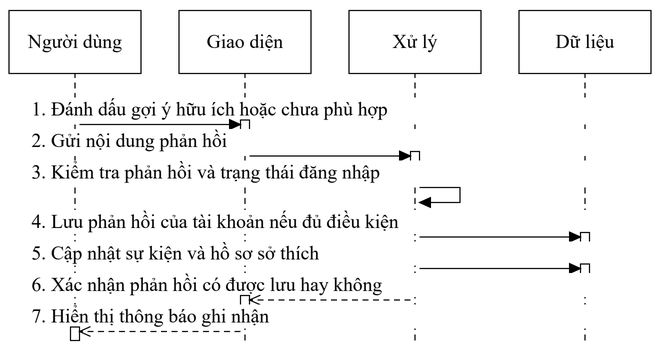
The draw.io diagram docs/do-an-LSOUL/So-do-LSOUL-rut-gon/anh-png/SEQ-24.png in Loccao102/BanHang, before a commit. Source tidied: cells renumbered, new cells last; positions are measured from the earlier drawing's top-left corner, leaving out a move shared by most shapes.
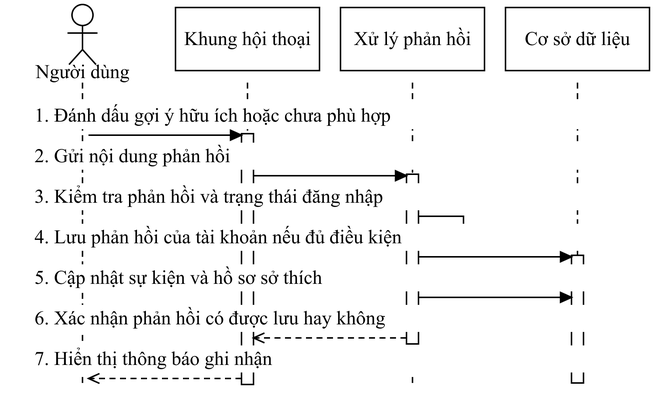
After the change.

Diff of the diagram source:
```diff
@@ -2,126 +2,144 @@
   <root>
     <mxCell id="0" />
     <mxCell id="1" parent="0" />
-    <mxCell id="2" style="fontFamily=Times New Roman;fontSize=13;fontColor=#000000;strokeColor=#000000;strokeWidth=0.75;fillColor=#FFFFFF;shadow=0;rounded=0;html=0;whiteSpace=wrap;spacing=5;endArrow=none;endFill=1;startArrow=none;dashed=1;dashPattern=4 3;" parent="1" edge="1">
+    <mxCell id="2" style="fontFamily=Times New Roman;fontSize=13;fontColor=#000000;strokeColor=#000000;strokeWidth=1;fillColor=#FFFFFF;shadow=0;rounded=0;html=0;whiteSpace=wrap;spacing=5;endArrow=none;endFill=1;startArrow=none;dashed=1;dashPattern=4 3;" parent="1" edge="1">
       <mxGeometry relative="1" as="geometry">
-        <mxPoint x="44" y="41" as="sourcePoint" />
-        <mxPoint x="44" y="223" as="targetPoint" />
+        <mxPoint x="49" y="48" as="sourcePoint" />
+        <mxPoint x="49" y="250" as="targetPoint" />
       </mxGeometry>
     </mxCell>
-    <mxCell id="3" style="fontFamily=Times New Roman;fontSize=13;fontColor=#000000;strokeColor=#000000;strokeWidth=0.75;fillColor=#FFFFFF;shadow=0;rounded=0;html=0;whiteSpace=wrap;spacing=5;endArrow=none;endFill=1;startArrow=none;dashed=1;dashPattern=4 3;" parent="1" edge="1">
+    <mxCell id="3" style="fontFamily=Times New Roman;fontSize=13;fontColor=#000000;strokeColor=#000000;strokeWidth=1;fillColor=#FFFFFF;shadow=0;rounded=0;html=0;whiteSpace=wrap;spacing=5;endArrow=none;endFill=1;startArrow=none;dashed=1;dashPattern=4 3;" parent="1" edge="1">
       <mxGeometry relative="1" as="geometry">
-        <mxPoint x="157.3" y="41" as="sourcePoint" />
-        <mxPoint x="157.3" y="223" as="targetPoint" />
+        <mxPoint x="159" y="48" as="sourcePoint" />
+        <mxPoint x="159" y="250" as="targetPoint" />
       </mxGeometry>
     </mxCell>
-    <mxCell id="4" style="fontFamily=Times New Roman;fontSize=13;fontColor=#000000;strokeColor=#000000;strokeWidth=0.75;fillColor=#FFFFFF;shadow=0;rounded=0;html=0;whiteSpace=wrap;spacing=5;endArrow=none;endFill=1;startArrow=none;dashed=1;dashPattern=4 3;" parent="1" edge="1">
+    <mxCell id="4" style="fontFamily=Times New Roman;fontSize=13;fontColor=#000000;strokeColor=#000000;strokeWidth=1;fillColor=#FFFFFF;shadow=0;rounded=0;html=0;whiteSpace=wrap;spacing=5;endArrow=none;endFill=1;startArrow=none;dashed=1;dashPattern=4 3;" parent="1" edge="1">
       <mxGeometry relative="1" as="geometry">
-        <mxPoint x="270.7" y="41" as="sourcePoint" />
-        <mxPoint x="270.7" y="223" as="targetPoint" />
+        <mxPoint x="269" y="48" as="sourcePoint" />
+        <mxPoint x="269" y="250" as="targetPoint" />
       </mxGeometry>
     </mxCell>
-    <mxCell id="5" style="fontFamily=Times New Roman;fontSize=13;fontColor=#000000;strokeColor=#000000;strokeWidth=0.75;fillColor=#FFFFFF;shadow=0;rounded=0;html=0;whiteSpace=wrap;spacing=5;endArrow=none;endFill=1;startArrow=none;dashed=1;dashPattern=4 3;" parent="1" edge="1">
+    <mxCell id="5" style="fontFamily=Times New Roman;fontSize=13;fontColor=#000000;strokeColor=#000000;strokeWidth=1;fillColor=#FFFFFF;shadow=0;rounded=0;html=0;whiteSpace=wrap;spacing=5;endArrow=none;endFill=1;startArrow=none;dashed=1;dashPattern=4 3;" parent="1" edge="1">
       <mxGeometry relative="1" as="geometry">
-        <mxPoint x="384" y="41" as="sourcePoint" />
-        <mxPoint x="384" y="223" as="targetPoint" />
+        <mxPoint x="379" y="48" as="sourcePoint" />
+        <mxPoint x="379" y="250" as="targetPoint" />
       </mxGeometry>
     </mxCell>
-    <mxCell id="6" value="1. Đánh dấu gợi ý hữu ích hoặc chưa phù hợp" style="fontFamily=Times New Roman;fontSize=13;fontColor=#000000;strokeColor=#000000;strokeWidth=0.75;fillColor=#FFFFFF;shadow=0;rounded=0;html=0;whiteSpace=wrap;spacing=5;text;strokeColor=none;fillColor=none;align=left;verticalAlign=middle;fillColor=#FFFFFF;" parent="1" vertex="1">
-      <mxGeometry x="10" y="58" width="408" height="16" as="geometry" />
+    <mxCell id="6" style="fontFamily=Times New Roman;fontSize=13;fontColor=#000000;strokeColor=#000000;strokeWidth=1;fillColor=#FFFFFF;shadow=0;rounded=0;html=0;whiteSpace=wrap;spacing=5;align=center;verticalAlign=middle;" parent="1" vertex="1">
+      <mxGeometry x="265" y="109" width="8" height="113" as="geometry" />
     </mxCell>
-    <mxCell id="7" style="fontFamily=Times New Roman;fontSize=13;fontColor=#000000;strokeColor=#000000;strokeWidth=0.75;fillColor=#FFFFFF;shadow=0;rounded=0;html=0;whiteSpace=wrap;spacing=5;align=center;verticalAlign=middle;" parent="1" vertex="1">
-      <mxGeometry x="154.3" y="73" width="6" height="9" as="geometry" />
+    <mxCell id="7" style="fontFamily=Times New Roman;fontSize=13;fontColor=#000000;strokeColor=#000000;strokeWidth=1;fillColor=#FFFFFF;shadow=0;rounded=0;html=0;whiteSpace=wrap;spacing=5;align=center;verticalAlign=middle;" parent="1" vertex="1">
+      <mxGeometry x="155" y="82" width="8" height="167" as="geometry" />
     </mxCell>
-    <mxCell id="8" style="fontFamily=Times New Roman;fontSize=13;fontColor=#000000;strokeColor=#000000;strokeWidth=0.75;fillColor=#FFFFFF;shadow=0;rounded=0;html=0;whiteSpace=wrap;spacing=5;endArrow=block;endFill=1;startArrow=none;" parent="1" edge="1">
-      <mxGeometry relative="1" as="geometry">
-        <mxPoint x="47" y="76" as="sourcePoint" />
-        <mxPoint x="154.3" y="76" as="targetPoint" />
-      </mxGeometry>
+    <mxCell id="8" style="fontFamily=Times New Roman;fontSize=13;fontColor=#000000;strokeColor=#000000;strokeWidth=1;fillColor=#FFFFFF;shadow=0;rounded=0;html=0;whiteSpace=wrap;spacing=5;align=center;verticalAlign=middle;" parent="1" vertex="1">
+      <mxGeometry x="375" y="163" width="8" height="85" as="geometry" />
     </mxCell>
-    <mxCell id="9" value="2. Gửi nội dung phản hồi" style="fontFamily=Times New Roman;fontSize=13;fontColor=#000000;strokeColor=#000000;strokeWidth=0.75;fillColor=#FFFFFF;shadow=0;rounded=0;html=0;whiteSpace=wrap;spacing=5;text;strokeColor=none;fillColor=none;align=left;verticalAlign=middle;fillColor=#FFFFFF;" parent="1" vertex="1">
-      <mxGeometry x="10" y="79" width="408" height="16" as="geometry" />
+    <mxCell id="9" value="1. Đánh dấu gợi ý hữu ích hoặc chưa phù hợp" style="fontFamily=Times New Roman;fontSize=13;fontColor=#000000;strokeColor=#000000;strokeWidth=1;fillColor=#FFFFFF;shadow=0;rounded=0;html=0;whiteSpace=wrap;spacing=5;text;strokeColor=none;fillColor=none;align=left;verticalAlign=middle;fillColor=#FFFFFF;" parent="1" vertex="1">
+      <mxGeometry x="12" y="61" width="404" height="18" as="geometry" />
     </mxCell>
-    <mxCell id="10" style="fontFamily=Times New Roman;fontSize=13;fontColor=#000000;strokeColor=#000000;strokeWidth=0.75;fillColor=#FFFFFF;shadow=0;rounded=0;html=0;whiteSpace=wrap;spacing=5;align=center;verticalAlign=middle;" parent="1" vertex="1">
-      <mxGeometry x="267.7" y="94" width="6" height="9" as="geometry" />
+    <mxCell id="10" style="fontFamily=Times New Roman;fontSize=13;fontColor=#000000;strokeColor=#000000;strokeWidth=1;fillColor=#FFFFFF;shadow=0;rounded=0;html=0;whiteSpace=wrap;spacing=5;endArrow=block;endFill=1;startArrow=none;" parent="1" edge="1">
+      <mxGeometry relative="1" as="geometry">
+        <mxPoint x="53" y="83" as="sourcePoint" />
+        <mxPoint x="155" y="83" as="targetPoint" />
+      </mxGeometry>
     </mxCell>
-    <mxCell id="11" style="fontFamily=Times New Roman;fontSize=13;fontColor=#000000;strokeColor=#000000;strokeWidth=0.75;fillColor=#FFFFFF;shadow=0;rounded=0;html=0;whiteSpace=wrap;spacing=5;endArrow=block;endFill=1;startArrow=none;" parent="1" edge="1">
-      <mxGeometry relative="1" as="geometry">
-        <mxPoint x="160.3" y="97" as="sourcePoint" />
-        <mxPoint x="267.7" y="97" as="targetPoint" />
-      </mxGeometry>
+    <mxCell id="11" value="2. Gửi nội dung phản hồi" style="fontFamily=Times New Roman;fontSize=13;fontColor=#000000;strokeColor=#000000;strokeWidth=1;fillColor=#FFFFFF;shadow=0;rounded=0;html=0;whiteSpace=wrap;spacing=5;text;strokeColor=none;fillColor=none;align=left;verticalAlign=middle;fillColor=#FFFFFF;" parent="1" vertex="1">
+      <mxGeometry x="12" y="88" width="404" height="18" as="geometry" />
     </mxCell>
-    <mxCell id="12" value="3. Kiểm tra phản hồi và trạng thái đăng nhập" style="fontFamily=Times New Roman;fontSize=13;fontColor=#000000;strokeColor=#000000;strokeWidth=0.75;fillColor=#FFFFFF;shadow=0;rounded=0;html=0;whiteSpace=wrap;spacing=5;text;strokeColor=none;fillColor=none;align=left;verticalAlign=middle;fillColor=#FFFFFF;" parent="1" vertex="1">
-      <mxGeometry x="10" y="100" width="408" height="16" as="geometry" />
+    <mxCell id="12" style="fontFamily=Times New Roman;fontSize=13;fontColor=#000000;strokeColor=#000000;strokeWidth=1;fillColor=#FFFFFF;shadow=0;rounded=0;html=0;whiteSpace=wrap;spacing=5;endArrow=block;endFill=1;startArrow=none;" parent="1" edge="1">
+      <mxGeometry relative="1" as="geometry">
+        <mxPoint x="163" y="110" as="sourcePoint" />
+        <mxPoint x="265" y="110" as="targetPoint" />
+      </mxGeometry>
     </mxCell>
-    <mxCell id="13" style="fontFamily=Times New Roman;fontSize=13;fontColor=#000000;strokeColor=#000000;strokeWidth=0.75;fillColor=#FFFFFF;shadow=0;rounded=0;html=0;whiteSpace=wrap;spacing=5;endArrow=block;endFill=1;startArrow=none;" parent="1" edge="1">
-      <mxGeometry relative="1" as="geometry">
-        <mxPoint x="273.7" y="118" as="sourcePoint" />
-        <mxPoint x="273.7" y="128" as="targetPoint" />
-        <Array as="points">
-          <mxPoint x="300.7" y="118" />
-          <mxPoint x="300.7" y="128" />
-        </Array>
-      </mxGeometry>
+    <mxCell id="13" value="3. Kiểm tra phản hồi và trạng thái đăng nhập" style="fontFamily=Times New Roman;fontSize=13;fontColor=#000000;strokeColor=#000000;strokeWidth=1;fillColor=#FFFFFF;shadow=0;rounded=0;html=0;whiteSpace=wrap;spacing=5;text;strokeColor=none;fillColor=none;align=left;verticalAlign=middle;fillColor=#FFFFFF;" parent="1" vertex="1">
+      <mxGeometry x="12" y="115" width="404" height="18" as="geometry" />
     </mxCell>
-    <mxCell id="14" value="4. Lưu phản hồi của tài khoản nếu đủ điều kiện" style="fontFamily=Times New Roman;fontSize=13;fontColor=#000000;strokeColor=#000000;strokeWidth=0.75;fillColor=#FFFFFF;shadow=0;rounded=0;html=0;whiteSpace=wrap;spacing=5;text;strokeColor=none;fillColor=none;align=left;verticalAlign=middle;fillColor=#FFFFFF;" parent="1" vertex="1">
-      <mxGeometry x="10" y="133" width="408" height="16" as="geometry" />
+    <mxCell id="14" style="fontFamily=Times New Roman;fontSize=13;fontColor=#000000;strokeColor=#000000;strokeWidth=1;fillColor=#FFFFFF;shadow=0;rounded=0;html=0;whiteSpace=wrap;spacing=5;endArrow=block;endFill=1;startArrow=none;" parent="1" edge="1">
+      <mxGeometry relative="1" as="geometry">
+        <mxPoint x="273" y="137" as="sourcePoint" />
+        <mxPoint x="274" y="149" as="targetPoint" />
+        <Array as="points">
+          <mxPoint x="303" y="137" />
+          <mxPoint x="303" y="149" />
+        </Array>
+      </mxGeometry>
     </mxCell>
-    <mxCell id="15" style="fontFamily=Times New Roman;fontSize=13;fontColor=#000000;strokeColor=#000000;strokeWidth=0.75;fillColor=#FFFFFF;shadow=0;rounded=0;html=0;whiteSpace=wrap;spacing=5;align=center;verticalAlign=middle;" parent="1" vertex="1">
-      <mxGeometry x="381" y="148" width="6" height="9" as="geometry" />
+    <mxCell id="15" value="4. Lưu phản hồi của tài khoản nếu đủ điều kiện" style="fontFamily=Times New Roman;fontSize=13;fontColor=#000000;strokeColor=#000000;strokeWidth=1;fillColor=#FFFFFF;shadow=0;rounded=0;html=0;whiteSpace=wrap;spacing=5;text;strokeColor=none;fillColor=none;align=left;verticalAlign=middle;fillColor=#FFFFFF;" parent="1" vertex="1">
+      <mxGeometry x="12" y="142" width="404" height="18" as="geometry" />
     </mxCell>
-    <mxCell id="16" style="fontFamily=Times New Roman;fontSize=13;fontColor=#000000;strokeColor=#000000;strokeWidth=0.75;fillColor=#FFFFFF;shadow=0;rounded=0;html=0;whiteSpace=wrap;spacing=5;endArrow=block;endFill=1;startArrow=none;" parent="1" edge="1">
+    <mxCell id="16" style="fontFamily=Times New Roman;fontSize=13;fontColor=#000000;strokeColor=#000000;strokeWidth=1;fillColor=#FFFFFF;shadow=0;rounded=0;html=0;whiteSpace=wrap;spacing=5;endArrow=block;endFill=1;startArrow=none;" parent="1" edge="1">
       <mxGeometry relative="1" as="geometry">
-        <mxPoint x="273.7" y="151" as="sourcePoint" />
-        <mxPoint x="381" y="151" as="targetPoint" />
+        <mxPoint x="273" y="164" as="sourcePoint" />
+        <mxPoint x="375" y="164" as="targetPoint" />
       </mxGeometry>
     </mxCell>
-    <mxCell id="17" value="5. Cập nhật sự kiện và hồ sơ sở thích" style="fontFamily=Times New Roman;fontSize=13;fontColor=#000000;strokeColor=#000000;strokeWidth=0.75;fillColor=#FFFFFF;shadow=0;rounded=0;html=0;whiteSpace=wrap;spacing=5;text;strokeColor=none;fillColor=none;align=left;verticalAlign=middle;fillColor=#FFFFFF;" parent="1" vertex="1">
-      <mxGeometry x="10" y="154" width="408" height="16" as="geometry" />
+    <mxCell id="17" value="5. Cập nhật sự kiện và hồ sơ sở thích" style="fontFamily=Times New Roman;fontSize=13;fontColor=#000000;strokeColor=#000000;strokeWidth=1;fillColor=#FFFFFF;shadow=0;rounded=0;html=0;whiteSpace=wrap;spacing=5;text;strokeColor=none;fillColor=none;align=left;verticalAlign=middle;fillColor=#FFFFFF;" parent="1" vertex="1">
+      <mxGeometry x="12" y="169" width="404" height="18" as="geometry" />
     </mxCell>
-    <mxCell id="18" style="fontFamily=Times New Roman;fontSize=13;fontColor=#000000;strokeColor=#000000;strokeWidth=0.75;fillColor=#FFFFFF;shadow=0;rounded=0;html=0;whiteSpace=wrap;spacing=5;align=center;verticalAlign=middle;" parent="1" vertex="1">
-      <mxGeometry x="381" y="169" width="6" height="9" as="geometry" />
+    <mxCell id="18" style="fontFamily=Times New Roman;fontSize=13;fontColor=#000000;strokeColor=#000000;strokeWidth=1;fillColor=#FFFFFF;shadow=0;rounded=0;html=0;whiteSpace=wrap;spacing=5;endArrow=block;endFill=1;startArrow=none;" parent="1" edge="1">
+      <mxGeometry relative="1" as="geometry">
+        <mxPoint x="273" y="191" as="sourcePoint" />
+        <mxPoint x="375" y="191" as="targetPoint" />
+      </mxGeometry>
     </mxCell>
-    <mxCell id="19" style="fontFamily=Times New Roman;fontSize=13;fontColor=#000000;strokeColor=#000000;strokeWidth=0.75;fillColor=#FFFFFF;shadow=0;rounded=0;html=0;whiteSpace=wrap;spacing=5;endArrow=block;endFill=1;startArrow=none;" parent="1" edge="1">
-      <mxGeometry relative="1" as="geometry">
-        <mxPoint x="273.7" y="172" as="sourcePoint" />
-        <mxPoint x="381" y="172" as="targetPoint" />
-      </mxGeometry>
+    <mxCell id="19" value="6. Xác nhận phản hồi có được lưu hay không" style="fontFamily=Times New Roman;fontSize=13;fontColor=#000000;strokeColor=#000000;strokeWidth=1;fillColor=#FFFFFF;shadow=0;rounded=0;html=0;whiteSpace=wrap;spacing=5;text;strokeColor=none;fillColor=none;align=left;verticalAlign=middle;fillColor=#FFFFFF;" parent="1" vertex="1">
+      <mxGeometry x="12" y="196" width="404" height="18" as="geometry" />
     </mxCell>
-    <mxCell id="20" value="6. Xác nhận phản hồi có được lưu hay không" style="fontFamily=Times New Roman;fontSize=13;fontColor=#000000;strokeColor=#000000;strokeWidth=0.75;fillColor=#FFFFFF;shadow=0;rounded=0;html=0;whiteSpace=wrap;spacing=5;text;strokeColor=none;fillColor=none;align=left;verticalAlign=middle;fillColor=#FFFFFF;" parent="1" vertex="1">
-      <mxGeometry x="10" y="175" width="408" height="16" as="geometry" />
+    <mxCell id="20" style="fontFamily=Times New Roman;fontSize=13;fontColor=#000000;strokeColor=#000000;strokeWidth=1;fillColor=#FFFFFF;shadow=0;rounded=0;html=0;whiteSpace=wrap;spacing=5;endArrow=open;endFill=1;startArrow=none;dashed=1;dashPattern=4 3;" parent="1" edge="1">
+      <mxGeometry relative="1" as="geometry">
+        <mxPoint x="265" y="218" as="sourcePoint" />
+        <mxPoint x="163" y="218" as="targetPoint" />
+      </mxGeometry>
     </mxCell>
-    <mxCell id="21" style="fontFamily=Times New Roman;fontSize=13;fontColor=#000000;strokeColor=#000000;strokeWidth=0.75;fillColor=#FFFFFF;shadow=0;rounded=0;html=0;whiteSpace=wrap;spacing=5;align=center;verticalAlign=middle;" parent="1" vertex="1">
-      <mxGeometry x="154.3" y="190" width="6" height="9" as="geometry" />
+    <mxCell id="21" value="7. Hiển thị thông báo ghi nhận" style="fontFamily=Times New Roman;fontSize=13;fontColor=#000000;strokeColor=#000000;strokeWidth=1;fillColor=#FFFFFF;shadow=0;rounded=0;html=0;whiteSpace=wrap;spacing=5;text;strokeColor=none;fillColor=none;align=left;verticalAlign=middle;fillColor=#FFFFFF;" parent="1" vertex="1">
+      <mxGeometry x="12" y="223" width="404" height="18" as="geometry" />
     </mxCell>
-    <mxCell id="22" style="fontFamily=Times New Roman;fontSize=13;fontColor=#000000;strokeColor=#000000;strokeWidth=0.75;fillColor=#FFFFFF;shadow=0;rounded=0;html=0;whiteSpace=wrap;spacing=5;endArrow=open;endFill=1;startArrow=none;dashed=1;dashPattern=4 3;" parent="1" edge="1">
+    <mxCell id="22" style="fontFamily=Times New Roman;fontSize=13;fontColor=#000000;strokeColor=#000000;strokeWidth=1;fillColor=#FFFFFF;shadow=0;rounded=0;html=0;whiteSpace=wrap;spacing=5;endArrow=open;endFill=1;startArrow=none;dashed=1;dashPattern=4 3;" parent="1" edge="1">
       <mxGeometry relative="1" as="geometry">
-        <mxPoint x="267.7" y="193" as="sourcePoint" />
-        <mxPoint x="160.3" y="193" as="targetPoint" />
+        <mxPoint x="155" y="245" as="sourcePoint" />
+        <mxPoint x="53" y="245" as="targetPoint" />
       </mxGeometry>
     </mxCell>
-    <mxCell id="23" value="7. Hiển thị thông báo ghi nhận" style="fontFamily=Times New Roman;fontSize=13;fontColor=#000000;strokeColor=#000000;strokeWidth=0.75;fillColor=#FFFFFF;shadow=0;rounded=0;html=0;whiteSpace=wrap;spacing=5;text;strokeColor=none;fillColor=none;align=left;verticalAlign=middle;fillColor=#FFFFFF;" parent="1" vertex="1">
-      <mxGeometry x="10" y="196" width="408" height="16" as="geometry" />
+    <mxCell id="23" style="fontFamily=Times New Roman;fontSize=13;fontColor=#000000;strokeColor=#000000;strokeWidth=1;fillColor=#FFFFFF;shadow=0;rounded=0;html=0;whiteSpace=wrap;spacing=5;ellipse;perimeter=ellipsePerimeter;align=center;verticalAlign=middle;" parent="1" vertex="1">
+      <mxGeometry x="42" y="-4" width="14" height="14" as="geometry" />
     </mxCell>
-    <mxCell id="24" style="fontFamily=Times New Roman;fontSize=13;fontColor=#000000;strokeColor=#000000;strokeWidth=0.75;fillColor=#FFFFFF;shadow=0;rounded=0;html=0;whiteSpace=wrap;spacing=5;align=center;verticalAlign=middle;" parent="1" vertex="1">
-      <mxGeometry x="41" y="211" width="6" height="9" as="geometry" />
+    <mxCell id="24" style="fontFamily=Times New Roman;fontSize=13;fontColor=#000000;strokeColor=#000000;strokeWidth=1;fillColor=#FFFFFF;shadow=0;rounded=0;html=0;whiteSpace=wrap;spacing=5;endArrow=none;endFill=1;startArrow=none;" parent="1" edge="1">
+      <mxGeometry relative="1" as="geometry">
+        <mxPoint x="49" y="10" as="sourcePoint" />
+        <mxPoint x="49" y="26" as="targetPoint" />
+      </mxGeometry>
     </mxCell>
-    <mxCell id="25" style="fontFamily=Times New Roman;fontSize=13;fontColor=#000000;strokeColor=#000000;strokeWidth=0.75;fillColor=#FFFFFF;shadow=0;rounded=0;html=0;whiteSpace=wrap;spacing=5;endArrow=open;endFill=1;startArrow=none;dashed=1;dashPattern=4 3;" parent="1" edge="1">
+    <mxCell id="25" style="fontFamily=Times New Roman;fontSize=13;fontColor=#000000;strokeColor=#000000;strokeWidth=1;fillColor=#FFFFFF;shadow=0;rounded=0;html=0;whiteSpace=wrap;spacing=5;endArrow=none;endFill=1;startArrow=none;" parent="1" edge="1">
       <mxGeometry relative="1" as="geometry">
-        <mxPoint x="154.3" y="214" as="sourcePoint" />
-        <mxPoint x="47" y="214" as="targetPoint" />
+        <mxPoint x="39" y="15" as="sourcePoint" />
+        <mxPoint x="59" y="15" as="targetPoint" />
       </mxGeometry>
     </mxCell>
+    <mxCell id="30" style="fontFamily=Times New Roman;fontSize=13;fontColor=#000000;strokeColor=#000000;strokeWidth=1;fillColor=#FFFFFF;shadow=0;rounded=0;html=0;whiteSpace=wrap;spacing=5;endArrow=none;endFill=1;startArrow=none;" parent="1" edge="1">
+      <mxGeometry relative="1" as="geometry">
+        <mxPoint x="49" y="26" as="sourcePoint" />
+        <mxPoint x="40" y="36" as="targetPoint" />
+      </mxGeometry>
+    </mxCell>
+    <mxCell id="31" style="fontFamily=Times New Roman;fontSize=13;fontColor=#000000;strokeColor=#000000;strokeWidth=1;fillColor=#FFFFFF;shadow=0;rounded=0;html=0;whiteSpace=wrap;spacing=5;endArrow=none;endFill=1;startArrow=none;" parent="1" edge="1">
+      <mxGeometry relative="1" as="geometry">
+        <mxPoint x="49" y="26" as="sourcePoint" />
+        <mxPoint x="58" y="36" as="targetPoint" />
+      </mxGeometry>
+    </mxCell>
-    <mxCell id="26" value="Người dùng" style="fontFamily=Times New Roman;fontSize=13;fontColor=#000000;strokeColor=#000000;strokeWidth=0.75;fillColor=#FFFFFF;shadow=0;rounded=0;html=0;whiteSpace=wrap;spacing=5;align=center;verticalAlign=middle;" parent="1" vertex="1">
-      <mxGeometry width="88" height="42" as="geometry" />
+    <mxCell id="26" value="Người dùng" style="fontFamily=Times New Roman;fontSize=13;fontColor=#000000;strokeColor=#000000;strokeWidth=1;fillColor=#FFFFFF;shadow=0;rounded=0;html=0;whiteSpace=wrap;spacing=5;text;strokeColor=none;fillColor=none;align=center;verticalAlign=middle;" parent="1" vertex="1">
+      <mxGeometry x="1" y="33" width="96" height="16" as="geometry" />
     </mxCell>
-    <mxCell id="27" value="Giao diện" style="fontFamily=Times New Roman;fontSize=13;fontColor=#000000;strokeColor=#000000;strokeWidth=0.75;fillColor=#FFFFFF;shadow=0;rounded=0;html=0;whiteSpace=wrap;spacing=5;align=center;verticalAlign=middle;" parent="1" vertex="1">
-      <mxGeometry x="113.3" width="88" height="42" as="geometry" />
+    <mxCell id="27" value="Khung hội thoại" style="fontFamily=Times New Roman;fontSize=13;fontColor=#000000;strokeColor=#000000;strokeWidth=1;fillColor=#FFFFFF;shadow=0;rounded=0;html=0;whiteSpace=wrap;spacing=5;align=center;verticalAlign=middle;" parent="1" vertex="1">
+      <mxGeometry x="111" y="-2" width="96" height="42" as="geometry" />
     </mxCell>
-    <mxCell id="28" value="Xử lý" style="fontFamily=Times New Roman;fontSize=13;fontColor=#000000;strokeColor=#000000;strokeWidth=0.75;fillColor=#FFFFFF;shadow=0;rounded=0;html=0;whiteSpace=wrap;spacing=5;align=center;verticalAlign=middle;" parent="1" vertex="1">
-      <mxGeometry x="226.7" width="88" height="42" as="geometry" />
+    <mxCell id="28" value="Xử lý phản hồi" style="fontFamily=Times New Roman;fontSize=13;fontColor=#000000;strokeColor=#000000;strokeWidth=1;fillColor=#FFFFFF;shadow=0;rounded=0;html=0;whiteSpace=wrap;spacing=5;align=center;verticalAlign=middle;" parent="1" vertex="1">
+      <mxGeometry x="221" y="-2" width="96" height="42" as="geometry" />
     </mxCell>
-    <mxCell id="29" value="Dữ liệu" style="fontFamily=Times New Roman;fontSize=13;fontColor=#000000;strokeColor=#000000;strokeWidth=0.75;fillColor=#FFFFFF;shadow=0;rounded=0;html=0;whiteSpace=wrap;spacing=5;align=center;verticalAlign=middle;" parent="1" vertex="1">
-      <mxGeometry x="340" width="88" height="42" as="geometry" />
+    <mxCell id="29" value="Cơ sở dữ liệu" style="fontFamily=Times New Roman;fontSize=13;fontColor=#000000;strokeColor=#000000;strokeWidth=1;fillColor=#FFFFFF;shadow=0;rounded=0;html=0;whiteSpace=wrap;spacing=5;align=center;verticalAlign=middle;" parent="1" vertex="1">
+      <mxGeometry x="331" y="-2" width="96" height="42" as="geometry" />
     </mxCell>
   </root>
 </mxGraphModel>
```
